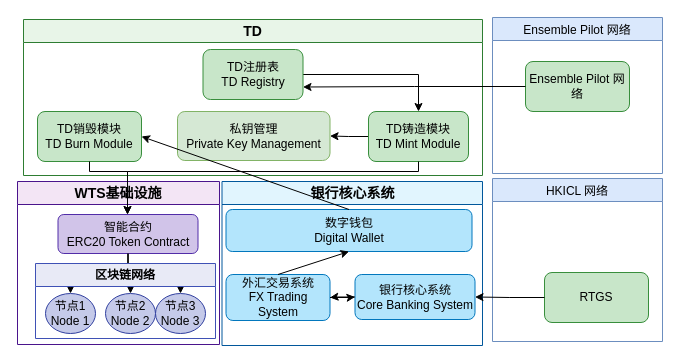
Above: Fx2.drawio in mingzhenliu/doc (draw.io), before the change. Source tidied: cells renumbered, new cells numbered last; positions are measured from the earlier drawing's top-left corner, leaving out a move shared by most shapes. Both pictures are drawn from the tidied source at 100%, with x=0, y=0 at pixel (17, 17).
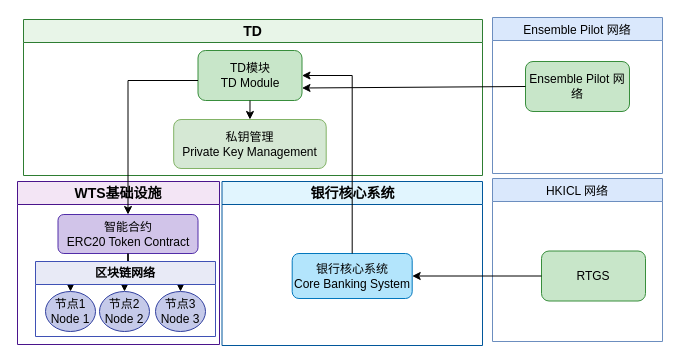
The same diagram, later.

The change refers to these unchanged cells:
```xml
<mxCell id="3" value="银行核心系统" style="swimlane;whiteSpace=wrap;html=1;fillColor=#e1f5fe;strokeColor=#01579b;fontFamily=Arial;fontSize=14;fontStyle=1;" parent="1" vertex="1">
  <mxGeometry x="204.5" y="164" width="260.5" height="164" as="geometry" />
</mxCell>
<mxCell id="11" value="智能合约&lt;br&gt;ERC20 Token Contract" style="rounded=1;whiteSpace=wrap;html=1;fillColor=#d1c4e9;strokeColor=#512da8;fontFamily=Arial;" parent="10" vertex="1">
  <mxGeometry x="40.5" y="33" width="140" height="39" as="geometry" />
</mxCell>
<mxCell id="12" value="TD" style="swimlane;whiteSpace=wrap;html=1;fillColor=#e8f5e8;strokeColor=#2e7d32;fontFamily=Arial;fontSize=14;fontStyle=1;" parent="1" vertex="1">
  <mxGeometry x="6" y="2" width="459" height="156" as="geometry" />
</mxCell>
<mxCell id="26" value="Ensemble Pilot 网络" style="rounded=1;whiteSpace=wrap;html=1;fillColor=#c8e6c9;strokeColor=#388e3c;fontFamily=Arial;" parent="25" vertex="1">
  <mxGeometry x="33" y="44" width="104" height="50" as="geometry" />
</mxCell>
<mxCell id="28" value="&lt;span style=&quot;font-size: 12px; font-weight: 400;&quot;&gt;HKICL 网络&lt;/span&gt;" style="swimlane;whiteSpace=wrap;html=1;fillColor=#dae8fc;strokeColor=#6c8ebf;fontFamily=Arial;fontSize=14;fontStyle=1;" parent="1" vertex="1">
  <mxGeometry x="475" y="161" width="170" height="163" as="geometry" />
</mxCell>
```

What changed in the source:
```diff
@@
-    <mxCell id="4" value="外汇交易系统&lt;br&gt;FX Trading System" style="rounded=1;whiteSpace=wrap;html=1;fillColor=#b3e5fc;strokeColor=#0277bd;fontFamily=Arial;" parent="3" vertex="1">
-      <mxGeometry x="4" y="93" width="104" height="46" as="geometry" />
-    </mxCell>
-    <mxCell id="5" value="数字钱包&lt;br&gt;Digital Wallet" style="rounded=1;whiteSpace=wrap;html=1;fillColor=#b3e5fc;strokeColor=#0277bd;fontFamily=Arial;" parent="3" vertex="1">
-      <mxGeometry x="4" y="28" width="246" height="42" as="geometry" />
-    </mxCell>
-    <mxCell id="6" style="endArrow=classic;html=1;rounded=0;exitX=0.5;exitY=0;exitDx=0;exitDy=0;entryX=0.5;entryY=1;entryDx=0;entryDy=0;" parent="3" edge="1" source="4" target="5">
-      <mxGeometry relative="1" as="geometry" />
-    </mxCell>
     <mxCell id="7" value="银行核心系统&lt;br&gt;Core Banking System" style="rounded=1;whiteSpace=wrap;html=1;fillColor=#b3e5fc;strokeColor=#0277bd;fontFamily=Arial;" parent="3" vertex="1">
-      <mxGeometry x="133" y="93" width="120" height="45" as="geometry" />
+      <mxGeometry x="70.2" y="72" width="120" height="45" as="geometry" />
     </mxCell>
-    <mxCell id="8" style="edgeStyle=orthogonalEdgeStyle;rounded=0;jettySize=auto;html=1;" parent="3" edge="1" source="7" target="4">
-      <mxGeometry relative="1" as="geometry" />
-    </mxCell>
-    <mxCell id="9" style="edgeStyle=orthogonalEdgeStyle;rounded=0;jettySize=auto;html=1;" parent="3" edge="1" source="4" target="7">
-      <mxGeometry relative="1" as="geometry" />
-    </mxCell>
@@
-    <mxCell id="13" style="edgeStyle=orthogonalEdgeStyle;rounded=0;jettySize=auto;html=1;" parent="12" edge="1" source="14" target="18">
-      <mxGeometry relative="1" as="geometry" />
-    </mxCell>
-    <mxCell id="14" value="TD铸造模块&lt;br&gt;TD Mint Module" style="rounded=1;whiteSpace=wrap;html=1;fillColor=#c8e6c9;strokeColor=#388e3c;fontFamily=Arial;" parent="12" vertex="1">
-      <mxGeometry x="345" y="92" width="100" height="50" as="geometry" />
-    </mxCell>
-    <mxCell id="15" value="TD销毁模块&lt;br&gt;TD Burn Module" style="rounded=1;whiteSpace=wrap;html=1;fillColor=#c8e6c9;strokeColor=#388e3c;fontFamily=Arial;" parent="12" vertex="1">
-      <mxGeometry x="14" y="92" width="104" height="50" as="geometry" />
+    <mxCell id="15" value="TD模块&lt;br&gt;TD Module" style="rounded=1;whiteSpace=wrap;html=1;fillColor=#c8e6c9;strokeColor=#388e3c;fontFamily=Arial;" parent="12" vertex="1">
+      <mxGeometry x="174.5" y="31" width="104" height="50" as="geometry" />
     </mxCell>
-    <mxCell id="16" style="edgeStyle=orthogonalEdgeStyle;rounded=0;jettySize=auto;html=1;" parent="12" edge="1" source="17" target="14">
-      <mxGeometry relative="1" as="geometry" />
-    </mxCell>
-    <mxCell id="17" value="TD注册表&lt;br&gt;TD Registry" style="rounded=1;whiteSpace=wrap;html=1;fillColor=#c8e6c9;strokeColor=#388e3c;fontFamily=Arial;" parent="12" vertex="1">
-      <mxGeometry x="179.5" y="30" width="100" height="50" as="geometry" />
-    </mxCell>
     <mxCell id="18" value="私钥管理&lt;br&gt;Private Key Management" style="rounded=1;whiteSpace=wrap;html=1;fillColor=#d5e8d4;strokeColor=#82b366;fontFamily=Arial;" parent="12" vertex="1">
-      <mxGeometry x="154" y="92" width="152.5" height="49" as="geometry" />
+      <mxGeometry x="150.2" y="100" width="152.5" height="49" as="geometry" />
     </mxCell>
+    <mxCell id="34" style="endArrow=classic;html=1;rounded=0;exitX=0.5;exitY=1;exitDx=0;exitDy=0;entryX=0.5;entryY=0;entryDx=0;entryDy=0;" parent="12" edge="1" source="15" target="18">
+      <mxGeometry relative="1" as="geometry" />
+    </mxCell>
@@
     <mxCell id="21" value="区块链网络" style="swimlane;whiteSpace=wrap;html=1;fillColor=#e8eaf6;strokeColor=#3f51b5;fontFamily=Arial;" parent="1" vertex="1">
-      <mxGeometry x="18" y="246" width="180" height="75" as="geometry" />
+      <mxGeometry x="18" y="244" width="180" height="75" as="geometry" />
     </mxCell>
@@
     <mxCell id="23" value="节点2&lt;br&gt;Node 2" style="ellipse;whiteSpace=wrap;html=1;fillColor=#c5cae9;strokeColor=#303f9f;fontFamily=Arial;" parent="21" vertex="1">
-      <mxGeometry x="70" y="30" width="50" height="40" as="geometry" />
+      <mxGeometry x="64" y="30" width="50" height="40" as="geometry" />
     </mxCell>
@@
-    <mxCell id="27" style="edgeStyle=orthogonalEdgeStyle;rounded=0;jettySize=auto;html=1;entryX=1;entryY=0.75;entryDx=0;entryDy=0;" parent="1" edge="1" source="26" target="17">
-      <mxGeometry relative="1" as="geometry" />
-    </mxCell>
@@
     <mxCell id="29" value="RTGS" style="rounded=1;whiteSpace=wrap;html=1;fillColor=#c8e6c9;strokeColor=#388e3c;fontFamily=Arial;" parent="28" vertex="1">
-      <mxGeometry x="52" y="94" width="104" height="50" as="geometry" />
+      <mxGeometry x="49" y="72.5" width="104" height="50" as="geometry" />
     </mxCell>
-    <mxCell id="30" style="edgeStyle=orthogonalEdgeStyle;rounded=0;jettySize=auto;html=1;" parent="1" edge="1" source="14" target="11">
-      <mxGeometry relative="1" as="geometry">
-        <Array as="points">
-          <mxPoint x="401" y="154" />
-          <mxPoint x="110" y="154" />
-        </Array>
-      </mxGeometry>
-    </mxCell>
+    <mxCell id="32" style="edgeStyle=orthogonalEdgeStyle;rounded=0;jettySize=auto;html=1;entryX=1;entryY=0.5;entryDx=0;entryDy=0;" parent="1" edge="1" source="29" target="7">
+      <mxGeometry relative="1" as="geometry" />
+    </mxCell>
-    <mxCell id="31" style="edgeStyle=orthogonalEdgeStyle;rounded=0;jettySize=auto;html=1;" parent="1" edge="1" source="15" target="11">
+    <mxCell id="31" style="edgeStyle=orthogonalEdgeStyle;rounded=0;jettySize=auto;html=1;entryX=0.5;entryY=0;entryDx=0;entryDy=0;" parent="1" edge="1" source="15" target="11">
       <mxGeometry relative="1" as="geometry">
         <Array as="points">
-          <mxPoint x="72" y="154" />
-          <mxPoint x="110" y="154" />
+          <mxPoint x="110" y="63" />
         </Array>
       </mxGeometry>
     </mxCell>
-    <mxCell id="32" style="edgeStyle=orthogonalEdgeStyle;rounded=0;jettySize=auto;html=1;entryX=1;entryY=0.5;entryDx=0;entryDy=0;" parent="1" edge="1" source="29" target="7">
-      <mxGeometry relative="1" as="geometry" />
-    </mxCell>
-    <mxCell id="33" style="endArrow=classic;html=1;rounded=0;exitX=0.5;exitY=0;exitDx=0;exitDy=0;entryX=1;entryY=0.5;entryDx=0;entryDy=0;" parent="1" edge="1" source="5" target="15">
-      <mxGeometry relative="1" as="geometry" />
-    </mxCell>
+    <mxCell id="35" style="edgeStyle=orthogonalEdgeStyle;rounded=0;jettySize=auto;html=1;entryX=1;entryY=0.5;entryDx=0;entryDy=0;" parent="1" edge="1" source="7" target="15">
+      <mxGeometry relative="1" as="geometry" />
+    </mxCell>
+    <mxCell id="36" style="endArrow=classic;html=1;rounded=0;exitX=0;exitY=0.5;exitDx=0;exitDy=0;entryX=1;entryY=0.75;entryDx=0;entryDy=0;" parent="1" edge="1" source="26" target="15">
+      <mxGeometry relative="1" as="geometry" />
+    </mxCell>
```
